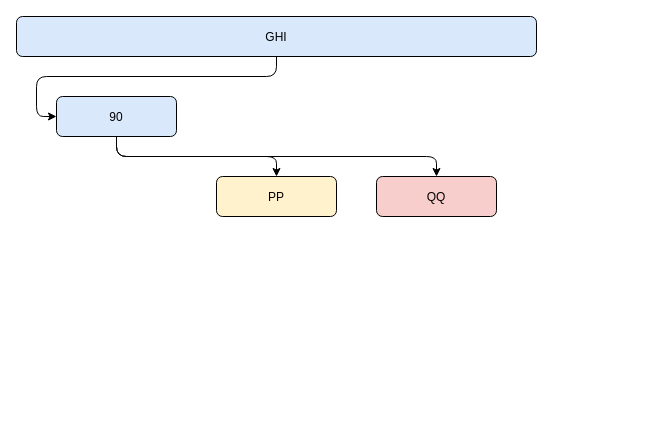
This is page "GHI" (3 of 3) of diagram.drawio from Matt-Owen-81/csv2drawio, a draw.io file, before an edit. Source tidied: cells renumbered, new cells numbered last; positions are measured from the earlier drawing's top-left corner, leaving out a move shared by most shapes. Both pictures are drawn from the tidied source at 100%, with x=0, y=0 at pixel (16, 16).
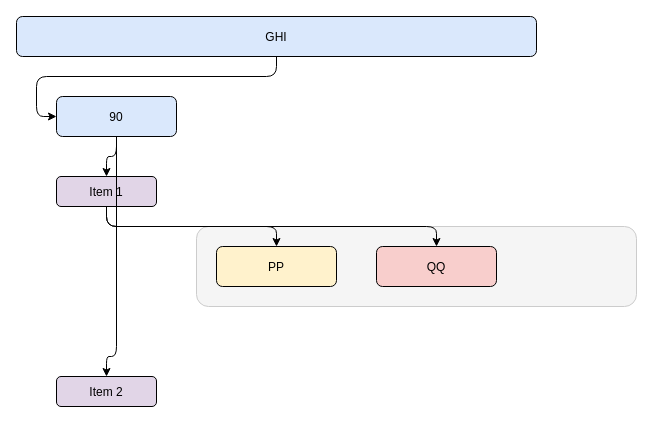
The same page after the edit.

Unchanged cells that the change refers to:
```xml
<mxCell id="3" value="90" style="rounded=1;fillColor=#dae8fc;" parent="1" vertex="1" edge="0">
  <mxGeometry x="40" y="80" width="120" height="40" as="geometry" />
</mxCell>
```

What changed in the source:
```diff
@@
+    <mxCell id="9" value="Item 1" style="rounded=1;fillColor=#e1d5e7;" parent="1" vertex="1" edge="0">
+      <mxGeometry x="40" y="160" width="100" height="30" as="geometry" />
+    </mxCell>
+    <mxCell id="10" style="edgeStyle=orthogonalEdgeStyle;exitX=0.5;exitY=1;entryX=0.5;entryY=0;" parent="1" edge="1" source="3" target="9">
+      <mxGeometry relative="1" as="geometry">
+        <Array as="points">
+          <mxPoint x="100" y="140" />
+          <mxPoint x="90" y="140" />
+        </Array>
+      </mxGeometry>
+    </mxCell>
+    <mxCell id="11" style="rounded=1;fillColor=#f5f5f5;strokeColor=#cccccc;" parent="1" vertex="1" edge="0">
+      <mxGeometry x="180" y="210" width="440" height="80" as="geometry" />
+    </mxCell>
     <mxCell id="5" value="PP" style="rounded=1;fillColor=#fff2cc;" parent="1" vertex="1" edge="0">
-      <mxGeometry x="200" y="160" width="120" height="40" as="geometry" />
+      <mxGeometry x="200" y="230" width="120" height="40" as="geometry" />
     </mxCell>
-    <mxCell id="6" style="edgeStyle=orthogonalEdgeStyle;exitX=0.5;exitY=1;entryX=0.5;entryY=0;entryDx=0;entryDy=0;" parent="1" edge="1" source="3" target="5">
-      <mxGeometry relative="1" as="geometry">
-        <Array as="points">
-          <mxPoint x="100" y="140" />
-          <mxPoint x="260" y="140" />
-        </Array>
-      </mxGeometry>
-    </mxCell>
+    <mxCell id="12" style="edgeStyle=orthogonalEdgeStyle;exitX=0.5;exitY=1;entryX=0.5;entryY=0;" parent="1" edge="1" source="9" target="5">
+      <mxGeometry relative="1" as="geometry">
+        <Array as="points">
+          <mxPoint x="90" y="210" />
+          <mxPoint x="260" y="210" />
+        </Array>
+      </mxGeometry>
+    </mxCell>
     <mxCell id="7" value="QQ" style="rounded=1;fillColor=#f8cecc;" parent="1" vertex="1" edge="0">
-      <mxGeometry x="360" y="160" width="120" height="40" as="geometry" />
+      <mxGeometry x="360" y="230" width="120" height="40" as="geometry" />
     </mxCell>
-    <mxCell id="8" style="edgeStyle=orthogonalEdgeStyle;exitX=0.5;exitY=1;entryX=0.5;entryY=0;entryDx=0;entryDy=0;" parent="1" edge="1" source="3" target="7">
-      <mxGeometry relative="1" as="geometry">
-        <Array as="points">
-          <mxPoint x="100" y="140" />
-          <mxPoint x="420" y="140" />
-        </Array>
-      </mxGeometry>
-    </mxCell>
+    <mxCell id="13" style="edgeStyle=orthogonalEdgeStyle;exitX=0.5;exitY=1;entryX=0.5;entryY=0;" parent="1" edge="1" source="9" target="7">
+      <mxGeometry relative="1" as="geometry">
+        <Array as="points">
+          <mxPoint x="90" y="210" />
+          <mxPoint x="420" y="210" />
+        </Array>
+      </mxGeometry>
+    </mxCell>
+    <mxCell id="14" value="Item 2" style="rounded=1;fillColor=#e1d5e7;" parent="1" vertex="1" edge="0">
+      <mxGeometry x="40" y="360" width="100" height="30" as="geometry" />
+    </mxCell>
+    <mxCell id="15" style="edgeStyle=orthogonalEdgeStyle;exitX=0.5;exitY=1;entryX=0.5;entryY=0;" parent="1" edge="1" source="3" target="14">
+      <mxGeometry relative="1" as="geometry">
+        <Array as="points">
+          <mxPoint x="100" y="340" />
+          <mxPoint x="90" y="340" />
+        </Array>
+      </mxGeometry>
+    </mxCell>
+    <mxCell id="16" style="rounded=1;fillColor=#f5f5f5;strokeColor=#cccccc;" parent="1" vertex="1" edge="0">
+      <mxGeometry x="180" y="410" width="-120" as="geometry" />
+    </mxCell>
```
